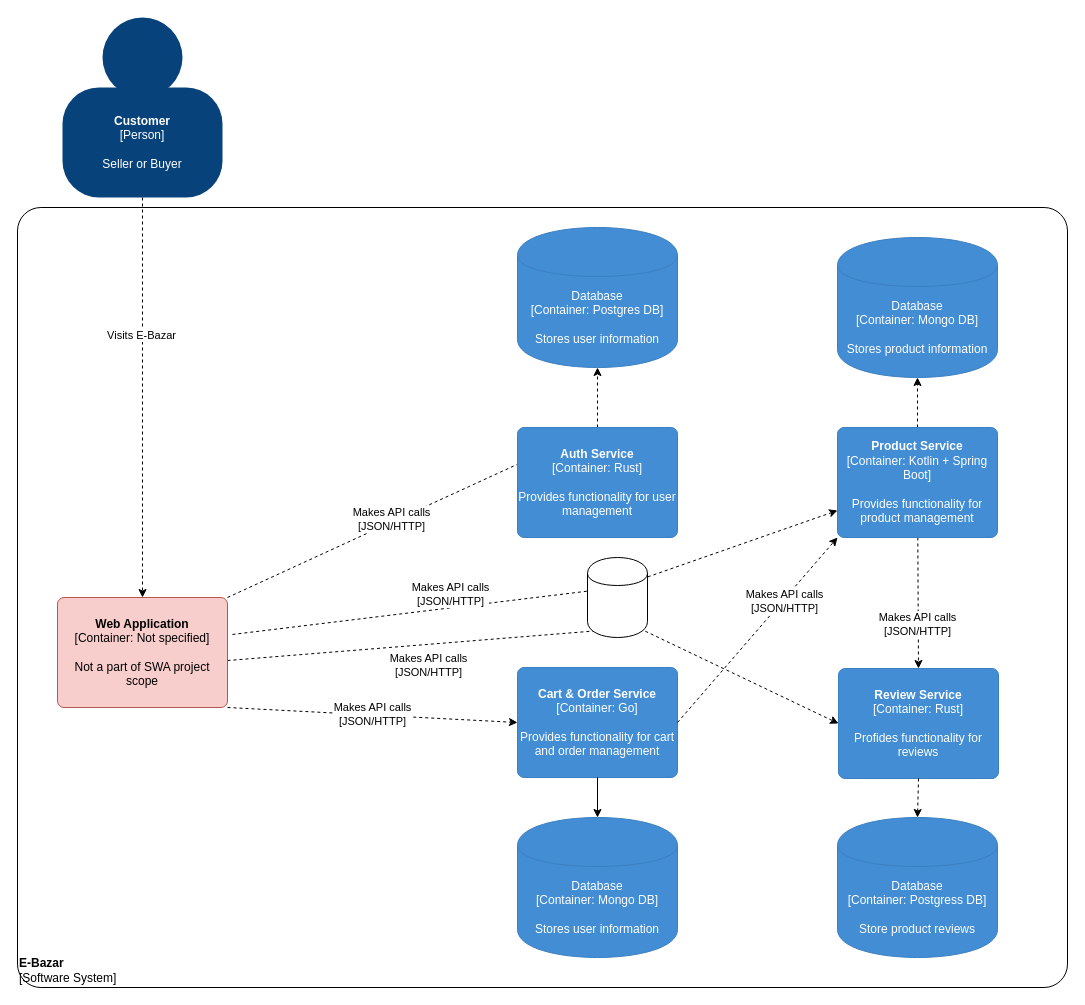
Earlier version of the draw.io diagram architecture/Container-Diagram.drawio (Pryx/swa-semestral-project). Source tidied: cells renumbered, new cells numbered last; positions are measured from the earlier drawing's top-left corner, leaving out a move shared by most shapes. Both pictures are drawn from the tidied source at 100%, with x=0, y=0 at pixel (17, 17).
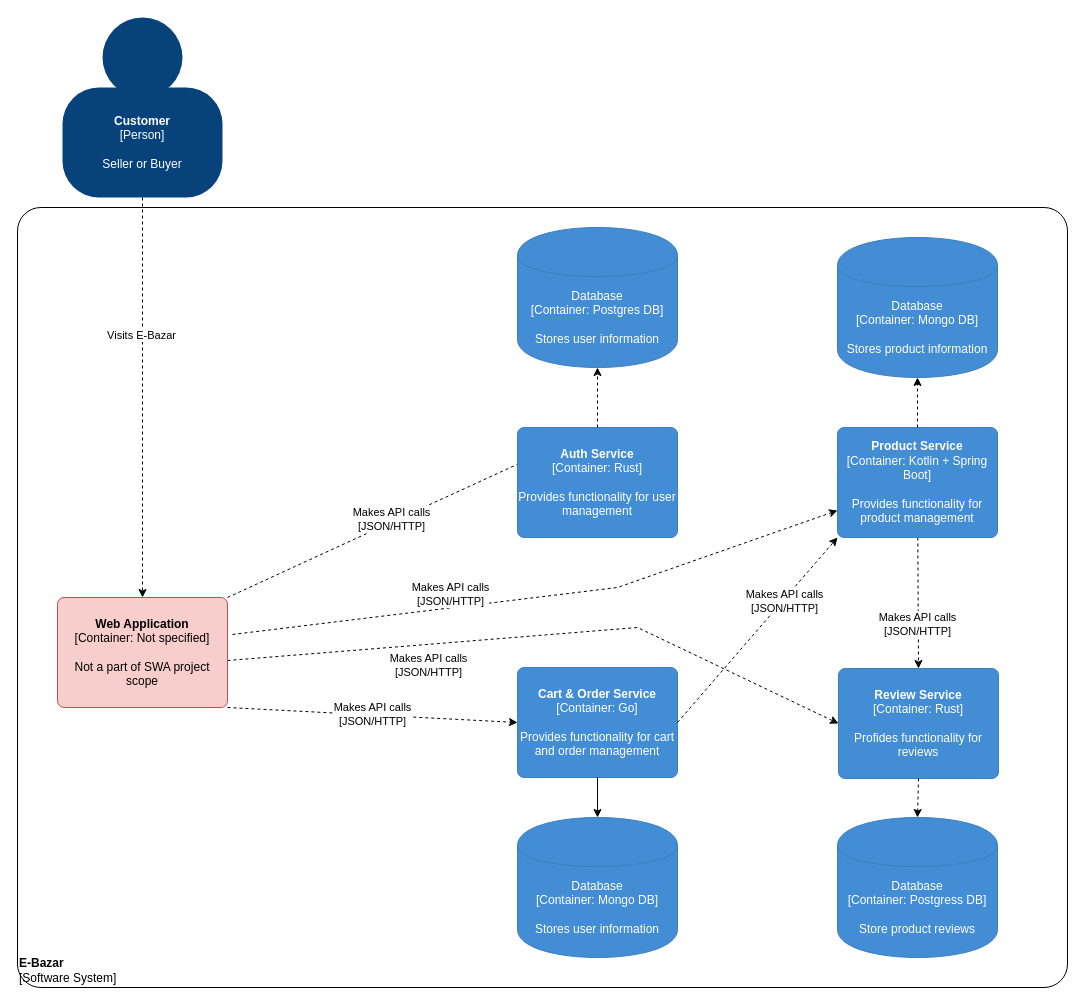
The same page after the edit.

Commit message (it also covers changes not shown here):
Fix Container diagram

Diff of the diagram source:
```diff
@@
-    <mxCell id="30" style="shape=cylinder;whiteSpace=wrap;html=1;boundedLbl=1;backgroundOutline=1;" parent="1" vertex="1">
-      <mxGeometry x="570" y="540" width="60" height="80" as="geometry" />
-    </mxCell>
```
